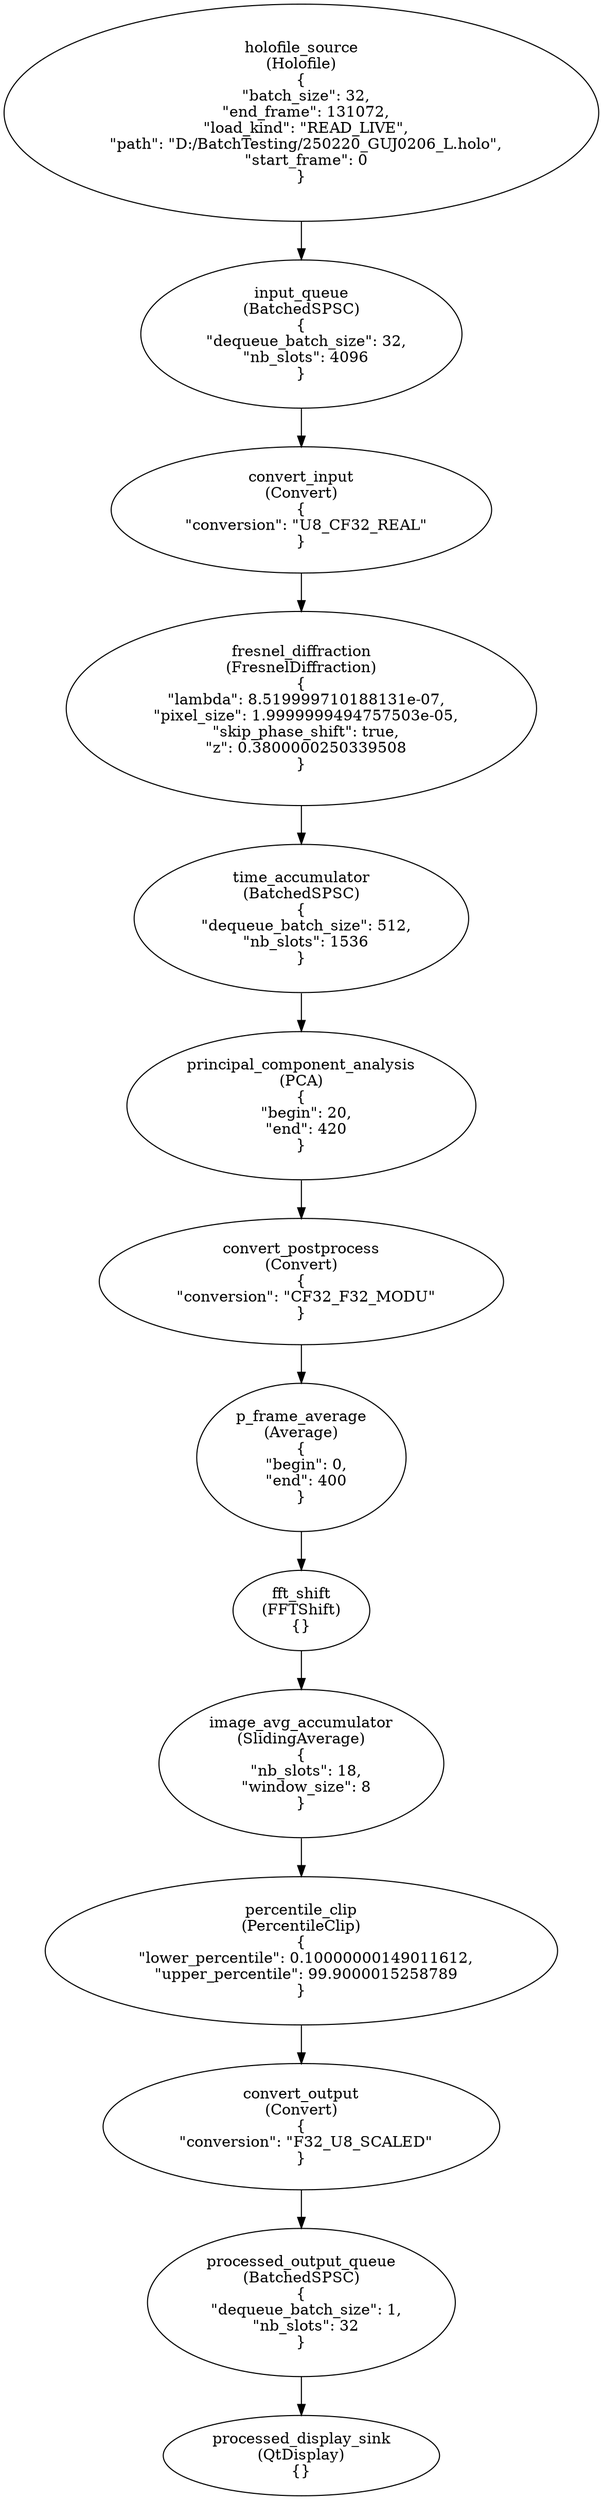
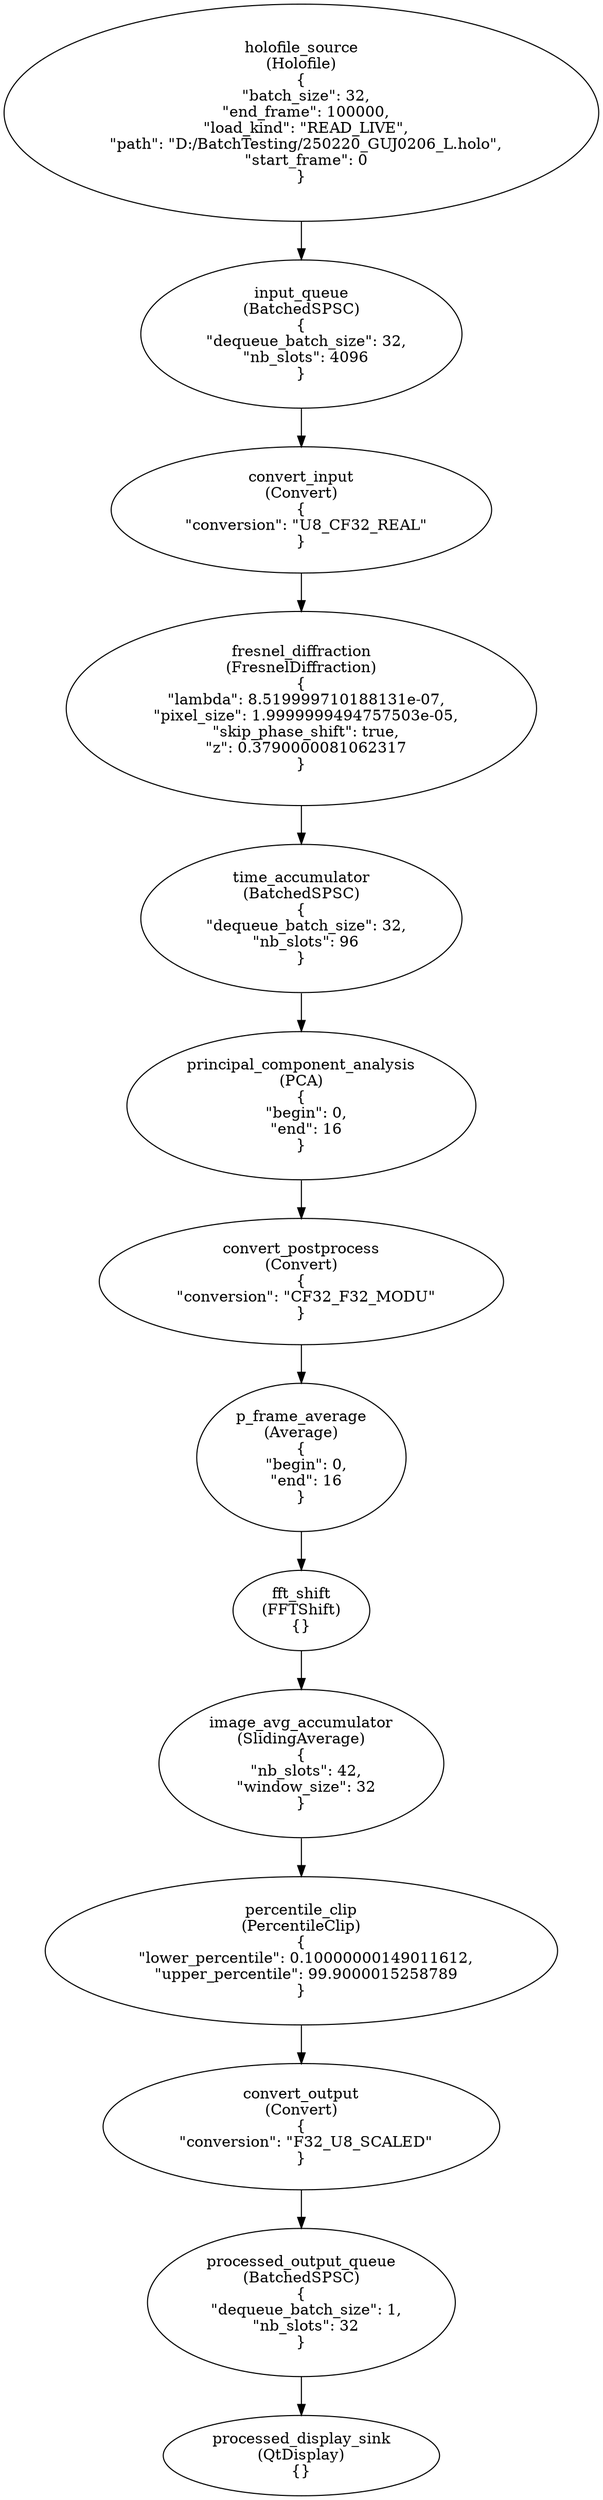
digraph G {
0[label="holofile_source\n(Holofile)\n{
  \"batch_size\": 32,
-   \"end_frame\": 131072,
+   \"end_frame\": 100000,
  \"load_kind\": \"READ_LIVE\",
  \"path\": \"D:/BatchTesting/250220_GUJ0206_L.holo\",
  \"start_frame\": 0
}"];
1[label="input_queue\n(BatchedSPSC)\n{
  \"dequeue_batch_size\": 32,
  \"nb_slots\": 4096
}"];
2[label="convert_input\n(Convert)\n{
  \"conversion\": \"U8_CF32_REAL\"
}"];
3[label="fresnel_diffraction\n(FresnelDiffraction)\n{
  \"lambda\": 8.519999710188131e-07,
  \"pixel_size\": 1.9999999494757503e-05,
  \"skip_phase_shift\": true,
-   \"z\": 0.3800000250339508
+   \"z\": 0.3790000081062317
}"];
4[label="time_accumulator\n(BatchedSPSC)\n{
-   \"dequeue_batch_size\": 512,
-   \"nb_slots\": 1536
+   \"dequeue_batch_size\": 32,
+   \"nb_slots\": 96
}"];
5[label="principal_component_analysis\n(PCA)\n{
-   \"begin\": 20,
-   \"end\": 420
+   \"begin\": 0,
+   \"end\": 16
}"];
6[label="convert_postprocess\n(Convert)\n{
  \"conversion\": \"CF32_F32_MODU\"
}"];
7[label="p_frame_average\n(Average)\n{
  \"begin\": 0,
-   \"end\": 400
+   \"end\": 16
}"];
8[label="fft_shift\n(FFTShift)\n{}"];
9[label="image_avg_accumulator\n(SlidingAverage)\n{
-   \"nb_slots\": 18,
-   \"window_size\": 8
+   \"nb_slots\": 42,
+   \"window_size\": 32
}"];
10[label="percentile_clip\n(PercentileClip)\n{
  \"lower_percentile\": 0.10000000149011612,
  \"upper_percentile\": 99.9000015258789
}"];
11[label="convert_output\n(Convert)\n{
  \"conversion\": \"F32_U8_SCALED\"
}"];
12[label="processed_output_queue\n(BatchedSPSC)\n{
  \"dequeue_batch_size\": 1,
  \"nb_slots\": 32
}"];
13[label="processed_display_sink\n(QtDisplay)\n{}"];
0->1 ;
1->2 ;
2->3 ;
3->4 ;
4->5 ;
5->6 ;
6->7 ;
7->8 ;
8->9 ;
9->10 ;
10->11 ;
11->12 ;
12->13 ;
}
